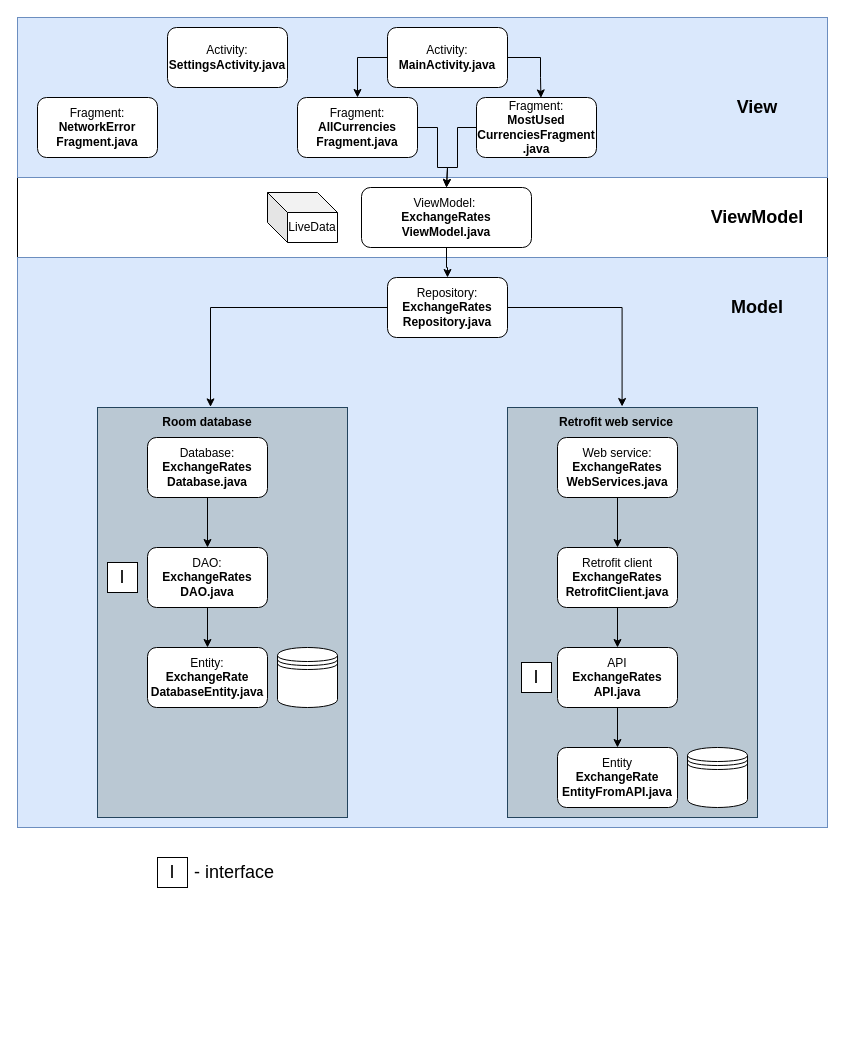
Before: MVVM_ApplicationStructure.drawio in arturkowalczyk300/android-currency-converter, a draw.io diagram. Source tidied: cells renumbered, new cells numbered last; positions are measured from the earlier drawing's top-left corner, leaving out a move shared by most shapes. Both pictures are drawn from the tidied source at 100%, with x=0, y=0 at pixel (17, 17).
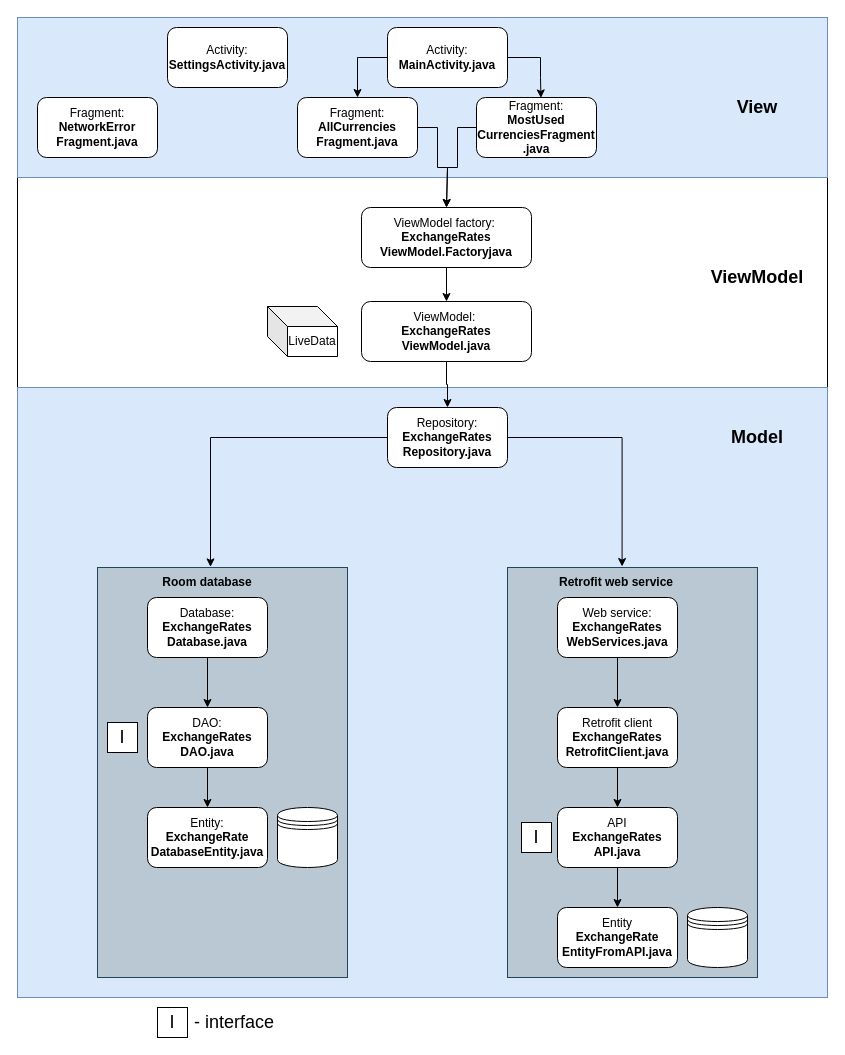
The same diagram, later.

Commit message (it also covers changes not shown here):
CC-23: move already exisiting code into MVVM architecture files

Diff of the diagram source:
```diff
@@
     <mxCell id="3" style="rounded=0;whiteSpace=wrap;html=1;fillColor=#dae8fc;strokeColor=#6c8ebf;" parent="1" vertex="1">
-      <mxGeometry y="240" width="810" height="570" as="geometry" />
+      <mxGeometry y="370" width="810" height="610" as="geometry" />
     </mxCell>
@@
-    <mxCell id="9" style="edgeStyle=orthogonalEdgeStyle;rounded=0;jettySize=auto;html=1;entryX=0.5;entryY=0;entryDx=0;entryDy=0;fontSize=18;" parent="1" edge="1" source="10" target="14">
-      <mxGeometry relative="1" as="geometry" />
-    </mxCell>
+    <mxCell id="45" style="edgeStyle=orthogonalEdgeStyle;rounded=0;jettySize=auto;html=1;entryX=0.5;entryY=0;entryDx=0;entryDy=0;" parent="1" edge="1" source="10" target="47">
+      <mxGeometry relative="1" as="geometry" />
+    </mxCell>
-    <mxCell id="10" value="ViewModel:&amp;nbsp;&lt;br&gt;&lt;b&gt;ExchangeRates&lt;br&gt;ViewModel.java&lt;/b&gt;" style="rounded=1;whiteSpace=wrap;html=1;" parent="1" vertex="1">
-      <mxGeometry x="344" y="170" width="170" height="60" as="geometry" />
+    <mxCell id="10" value="ViewModel factory:&amp;nbsp;&lt;br&gt;&lt;b&gt;ExchangeRates&lt;br&gt;ViewModel.Factoryjava&lt;/b&gt;" style="rounded=1;whiteSpace=wrap;html=1;" parent="1" vertex="1">
+      <mxGeometry x="344" y="190" width="170" height="60" as="geometry" />
     </mxCell>
     <mxCell id="11" value="ViewModel" style="text;html=1;strokeColor=none;fillColor=none;align=center;verticalAlign=middle;whiteSpace=wrap;rounded=0;fontStyle=1;fontSize=18;" parent="1" vertex="1">
-      <mxGeometry x="710" y="185" width="60" height="30" as="geometry" />
+      <mxGeometry x="710" y="245" width="60" height="30" as="geometry" />
     </mxCell>
@@
     <mxCell id="14" value="Repository:&lt;br&gt;&lt;b&gt;ExchangeRates&lt;br&gt;Repository.java&lt;/b&gt;" style="rounded=1;whiteSpace=wrap;html=1;" parent="1" vertex="1">
-      <mxGeometry x="370" y="260" width="120" height="60" as="geometry" />
+      <mxGeometry x="370" y="390" width="120" height="60" as="geometry" />
     </mxCell>
     <mxCell id="15" value="Model" style="text;html=1;strokeColor=none;fillColor=none;align=center;verticalAlign=middle;whiteSpace=wrap;rounded=0;fontStyle=1;fontSize=18;" parent="1" vertex="1">
-      <mxGeometry x="710" y="275" width="60" height="30" as="geometry" />
+      <mxGeometry x="710" y="405" width="60" height="30" as="geometry" />
     </mxCell>
     <mxCell id="16" style="rounded=0;whiteSpace=wrap;html=1;fillColor=#bac8d3;strokeColor=#23445d;" parent="1" vertex="1">
-      <mxGeometry x="80" y="390" width="250" height="410" as="geometry" />
+      <mxGeometry x="80" y="550" width="250" height="410" as="geometry" />
     </mxCell>
     <mxCell id="17" style="rounded=0;whiteSpace=wrap;html=1;fillColor=#bac8d3;strokeColor=#23445d;" parent="1" vertex="1">
-      <mxGeometry x="490" y="390" width="250" height="410" as="geometry" />
+      <mxGeometry x="490" y="550" width="250" height="410" as="geometry" />
     </mxCell>
@@
     <mxCell id="19" value="Database:&lt;br&gt;&lt;b&gt;ExchangeRates&lt;/b&gt;&lt;br&gt;&lt;b&gt;Database.java&lt;/b&gt;" style="rounded=1;whiteSpace=wrap;html=1;" parent="1" vertex="1">
-      <mxGeometry x="130" y="420" width="120" height="60" as="geometry" />
+      <mxGeometry x="130" y="580" width="120" height="60" as="geometry" />
     </mxCell>
@@
     <mxCell id="21" value="Web service:&lt;br&gt;&lt;b&gt;ExchangeRates&lt;/b&gt;&lt;br&gt;&lt;b&gt;WebServices.java&lt;/b&gt;" style="rounded=1;whiteSpace=wrap;html=1;" parent="1" vertex="1">
-      <mxGeometry x="540" y="420" width="120" height="60" as="geometry" />
+      <mxGeometry x="540" y="580" width="120" height="60" as="geometry" />
     </mxCell>
@@
     <mxCell id="23" value="DAO:&lt;br&gt;&lt;b&gt;ExchangeRates&lt;/b&gt;&lt;br&gt;&lt;b&gt;DAO.java&lt;/b&gt;" style="rounded=1;whiteSpace=wrap;html=1;" parent="1" vertex="1">
-      <mxGeometry x="130" y="530" width="120" height="60" as="geometry" />
+      <mxGeometry x="130" y="690" width="120" height="60" as="geometry" />
     </mxCell>
     <mxCell id="24" value="Entity:&lt;br&gt;&lt;b&gt;ExchangeRate&lt;br&gt;DatabaseEntity&lt;/b&gt;&lt;b&gt;.java&lt;/b&gt;" style="rounded=1;whiteSpace=wrap;html=1;" parent="1" vertex="1">
-      <mxGeometry x="130" y="630" width="120" height="60" as="geometry" />
+      <mxGeometry x="130" y="790" width="120" height="60" as="geometry" />
     </mxCell>
     <mxCell id="25" value="Room database" style="text;html=1;strokeColor=none;fillColor=none;align=center;verticalAlign=middle;whiteSpace=wrap;rounded=0;fontStyle=1;" parent="1" vertex="1">
-      <mxGeometry x="140" y="390" width="100" height="30" as="geometry" />
+      <mxGeometry x="140" y="550" width="100" height="30" as="geometry" />
     </mxCell>
     <mxCell id="26" value="Retrofit web service" style="text;html=1;strokeColor=none;fillColor=none;align=center;verticalAlign=middle;whiteSpace=wrap;rounded=0;fontStyle=1;" parent="1" vertex="1">
-      <mxGeometry x="534" y="390" width="130" height="30" as="geometry" />
+      <mxGeometry x="534" y="550" width="130" height="30" as="geometry" />
     </mxCell>
@@
     <mxCell id="28" value="API&lt;br&gt;&lt;b&gt;ExchangeRates&lt;/b&gt;&lt;br&gt;&lt;b&gt;API.java&lt;/b&gt;" style="rounded=1;whiteSpace=wrap;html=1;" parent="1" vertex="1">
-      <mxGeometry x="540" y="630" width="120" height="60" as="geometry" />
+      <mxGeometry x="540" y="790" width="120" height="60" as="geometry" />
     </mxCell>
     <mxCell id="29" value="Entity&lt;br&gt;&lt;b&gt;ExchangeRate&lt;br&gt;EntityFromAPI&lt;/b&gt;&lt;b&gt;.java&lt;/b&gt;" style="rounded=1;whiteSpace=wrap;html=1;" parent="1" vertex="1">
-      <mxGeometry x="540" y="730" width="120" height="60" as="geometry" />
+      <mxGeometry x="540" y="890" width="120" height="60" as="geometry" />
     </mxCell>
@@
     <mxCell id="31" value="Retrofit client&lt;br&gt;&lt;b&gt;ExchangeRates&lt;/b&gt;&lt;br&gt;&lt;b&gt;RetrofitClient.java&lt;/b&gt;" style="rounded=1;whiteSpace=wrap;html=1;" parent="1" vertex="1">
-      <mxGeometry x="540" y="530" width="120" height="60" as="geometry" />
+      <mxGeometry x="540" y="690" width="120" height="60" as="geometry" />
     </mxCell>
     <mxCell id="32" style="shape=datastore;whiteSpace=wrap;html=1;fontSize=18;" parent="1" vertex="1">
-      <mxGeometry x="260" y="630" width="60" height="60" as="geometry" />
+      <mxGeometry x="260" y="790" width="60" height="60" as="geometry" />
     </mxCell>
     <mxCell id="33" style="shape=datastore;whiteSpace=wrap;html=1;fontSize=18;" parent="1" vertex="1">
-      <mxGeometry x="670" y="730" width="60" height="60" as="geometry" />
+      <mxGeometry x="670" y="890" width="60" height="60" as="geometry" />
     </mxCell>
     <mxCell id="34" value="I" style="rounded=0;whiteSpace=wrap;html=1;fontSize=18;" parent="1" vertex="1">
-      <mxGeometry x="90" y="545" width="30" height="30" as="geometry" />
+      <mxGeometry x="90" y="705" width="30" height="30" as="geometry" />
     </mxCell>
     <mxCell id="35" value="I" style="rounded=0;whiteSpace=wrap;html=1;fontSize=18;" parent="1" vertex="1">
-      <mxGeometry x="504" y="645" width="30" height="30" as="geometry" />
+      <mxGeometry x="504" y="805" width="30" height="30" as="geometry" />
     </mxCell>
     <mxCell id="36" value="I" style="rounded=0;whiteSpace=wrap;html=1;fontSize=18;" parent="1" vertex="1">
-      <mxGeometry x="140" y="840" width="30" height="30" as="geometry" />
+      <mxGeometry x="140" y="990" width="30" height="30" as="geometry" />
     </mxCell>
     <mxCell id="37" value="- interface" style="text;html=1;strokeColor=none;fillColor=none;align=center;verticalAlign=middle;whiteSpace=wrap;rounded=0;fontSize=18;" parent="1" vertex="1">
-      <mxGeometry x="172" y="840" width="90" height="30" as="geometry" />
+      <mxGeometry x="172" y="990" width="90" height="30" as="geometry" />
     </mxCell>
@@
     <mxCell id="43" value="LiveData" style="shape=cube;whiteSpace=wrap;html=1;boundedLbl=1;backgroundOutline=1;darkOpacity=0.05;darkOpacity2=0.1;" parent="1" vertex="1">
-      <mxGeometry x="250" y="175" width="70" height="50" as="geometry" />
+      <mxGeometry x="250" y="289" width="70" height="50" as="geometry" />
     </mxCell>
@@
+    <mxCell id="46" style="edgeStyle=orthogonalEdgeStyle;rounded=0;jettySize=auto;html=1;" parent="1" edge="1" source="47" target="14">
+      <mxGeometry relative="1" as="geometry" />
+    </mxCell>
+    <mxCell id="47" value="ViewModel:&amp;nbsp;&lt;br&gt;&lt;b&gt;ExchangeRates&lt;br&gt;ViewModel.java&lt;/b&gt;" style="rounded=1;whiteSpace=wrap;html=1;" parent="1" vertex="1">
+      <mxGeometry x="344" y="284" width="170" height="60" as="geometry" />
+    </mxCell>
```
